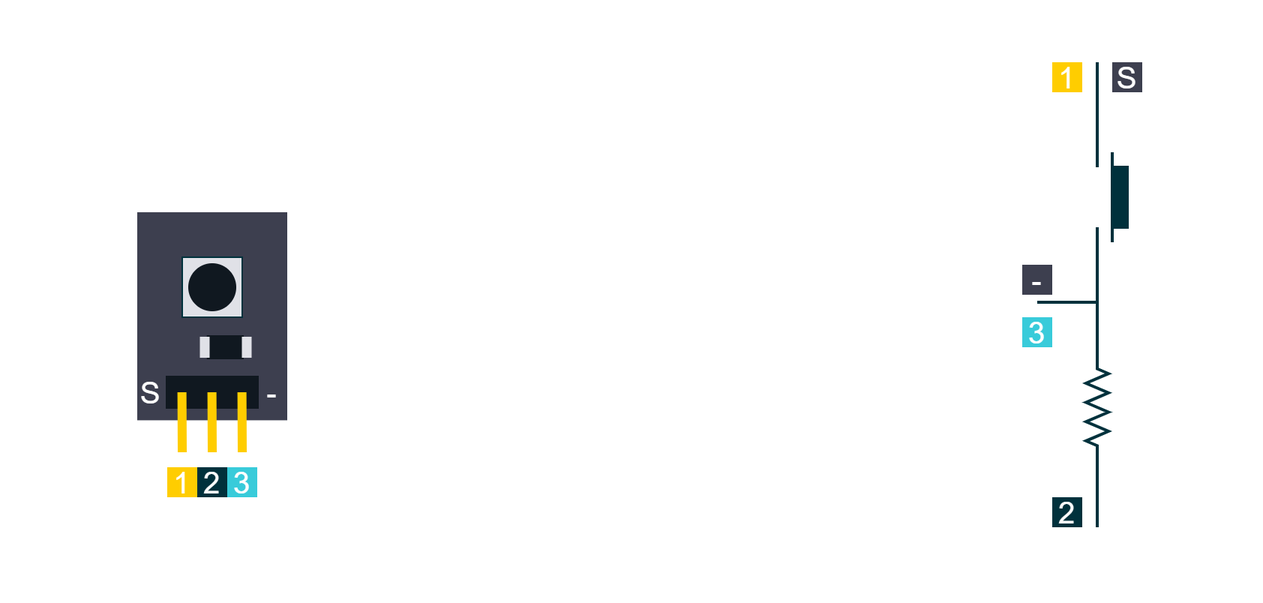
PLAY-Embedded/pe_assets keeps this draw.io diagram as draw.io/PE Articles/ChibiOS/Examples and exercises/Mastering push buttons with ChibiOS PAL/KY-004 schematic (PE).png. Above is the earlier version. Source tidied: cells renumbered, new cells last; positions are measured from the earlier drawing's top-left corner, leaving out a move shared by most shapes. The source it was exported from:
```xml
<mxGraphModel>
  <root>
    <mxCell id="0" />
    <mxCell id="1" parent="0" />
    <mxCell id="2" style="rounded=0;whiteSpace=wrap;html=1;strokeColor=none;strokeWidth=2;fontFamily=Arial;fontSize=20;fontColor=#FFFFFF;fillColor=#FFFFFF;opacity=0;" parent="1" vertex="1">
      <mxGeometry width="840" height="400" as="geometry" />
    </mxCell>
    <mxCell id="3" style="verticalLabelPosition=bottom;shadow=0;dashed=0;align=center;fillColor=#00313C;html=1;verticalAlign=top;strokeWidth=2;shape=mxgraph.electrical.resistors.resistor_2;fontSize=16;fontColor=#FFFFFF;strokeColor=#00313C;rotation=90;fontFamily=Arial;" parent="1" vertex="1">
      <mxGeometry x="690" y="262.5" width="80" height="15" as="geometry" />
    </mxCell>
    <mxCell id="4" style="endArrow=none;html=1;strokeColor=#00313C;strokeWidth=2;fontSize=5;fontColor=#101820;endFill=0;endSize=4;startArrow=none;startFill=0;startSize=4;fontFamily=Arial;rounded=0;fillColor=#00313C;exitX=1;exitY=0.5;exitDx=0;exitDy=0;exitPerimeter=0;" parent="1" edge="1" source="3">
      <mxGeometry relative="1" as="geometry">
        <mxPoint x="730" y="350" as="targetPoint" />
        <Array as="points">
          <mxPoint x="730" y="350" />
        </Array>
      </mxGeometry>
    </mxCell>
    <mxCell id="5" style="endArrow=none;html=1;rounded=0;strokeColor=#00313C;strokeWidth=2;fontFamily=Arial;fontSize=20;fontColor=#101820;fillColor=#00313C;exitX=0;exitY=0.5;exitDx=0;exitDy=0;exitPerimeter=0;" parent="1" edge="1" source="3">
      <mxGeometry relative="1" as="geometry">
        <mxPoint x="690" y="200" as="targetPoint" />
        <Array as="points">
          <mxPoint x="730" y="200" />
        </Array>
      </mxGeometry>
    </mxCell>
    <mxCell id="6" style="rounded=0;whiteSpace=wrap;html=1;strokeColor=#00313C;strokeWidth=2;fontFamily=Arial;fontSize=20;fontColor=#FFFFFF;fillColor=#00313C;" parent="1" vertex="1">
      <mxGeometry x="740" y="110" width="10" height="40" as="geometry" />
    </mxCell>
    <mxCell id="7" style="endArrow=none;html=1;rounded=0;strokeColor=#00313C;strokeWidth=2;fontFamily=Arial;fontSize=20;fontColor=#101820;fillColor=#00313C;" parent="1" edge="1">
      <mxGeometry relative="1" as="geometry">
        <mxPoint x="690" y="200" as="sourcePoint" />
        <mxPoint x="730" y="150" as="targetPoint" />
        <Array as="points">
          <mxPoint x="730" y="200" />
        </Array>
      </mxGeometry>
    </mxCell>
    <mxCell id="8" style="endArrow=none;html=1;rounded=0;strokeColor=#00313C;strokeWidth=2;fontFamily=Arial;fontSize=20;fontColor=#101820;fillColor=#00313C;endFill=0;startArrow=none;startFill=0;endSize=3;startSize=3;" parent="1" edge="1">
      <mxGeometry relative="1" as="geometry">
        <mxPoint x="730" y="40" as="sourcePoint" />
        <mxPoint x="730" y="110" as="targetPoint" />
      </mxGeometry>
    </mxCell>
    <mxCell id="9" value="-" style="rounded=0;whiteSpace=wrap;html=1;strokeColor=none;strokeWidth=2;fontFamily=Arial;fontSize=20;fontColor=#FFFFFF;fillColor=#3D3F4F;align=center;" parent="1" vertex="1">
      <mxGeometry x="680" y="175" width="20" height="20" as="geometry" />
    </mxCell>
    <mxCell id="10" value="S" style="rounded=0;whiteSpace=wrap;html=1;strokeColor=none;strokeWidth=2;fontFamily=Arial;fontSize=20;fontColor=#FFFFFF;fillColor=#3D3F4F;align=center;" parent="1" vertex="1">
      <mxGeometry x="740" y="40" width="20" height="20" as="geometry" />
    </mxCell>
    <mxCell id="11" style="endArrow=none;html=1;rounded=0;strokeColor=#00313C;strokeWidth=2;fontFamily=Arial;fontSize=20;fontColor=#101820;fillColor=#00313C;" parent="1" edge="1">
      <mxGeometry relative="1" as="geometry">
        <mxPoint x="740" y="160" as="sourcePoint" />
        <mxPoint x="740" y="100" as="targetPoint" />
      </mxGeometry>
    </mxCell>
    <mxCell id="12" style="rounded=0;whiteSpace=wrap;html=1;strokeColor=none;strokeWidth=2;fontFamily=Arial;fontSize=20;fontColor=#FFFFFF;fillColor=#3D3F4F;" parent="1" vertex="1">
      <mxGeometry x="90" y="140" width="100" height="138.7" as="geometry" />
    </mxCell>
    <mxCell id="13" style="rounded=0;whiteSpace=wrap;html=1;strokeColor=#101820;strokeWidth=2;fontFamily=Arial;fontSize=15;fontColor=#FFFFFF;fillColor=#101820;" parent="1" vertex="1">
      <mxGeometry x="110" y="250" width="20" height="20" as="geometry" />
    </mxCell>
    <mxCell id="14" style="rounded=0;whiteSpace=wrap;html=1;strokeColor=#101820;strokeWidth=2;fontFamily=Arial;fontSize=15;fontColor=#FFFFFF;fillColor=#101820;" parent="1" vertex="1">
      <mxGeometry x="130" y="250" width="20" height="20" as="geometry" />
    </mxCell>
    <mxCell id="15" style="rounded=0;whiteSpace=wrap;html=1;strokeColor=#101820;strokeWidth=2;fontFamily=Arial;fontSize=15;fontColor=#FFFFFF;fillColor=#101820;" parent="1" vertex="1">
      <mxGeometry x="150" y="250" width="20" height="20" as="geometry" />
    </mxCell>
    <mxCell id="16" style="endArrow=none;html=1;rounded=0;strokeColor=#FFCD00;strokeWidth=6;fontFamily=Arial;fontSize=20;fontColor=#101820;fillColor=#FFCD00;" parent="1" edge="1">
      <mxGeometry relative="1" as="geometry">
        <mxPoint x="120" y="300" as="sourcePoint" />
        <mxPoint x="119.8" y="260" as="targetPoint" />
      </mxGeometry>
    </mxCell>
    <mxCell id="17" style="endArrow=none;html=1;rounded=0;strokeColor=#FFCD00;strokeWidth=6;fontFamily=Arial;fontSize=20;fontColor=#101820;fillColor=#FFCD00;" parent="1" edge="1">
      <mxGeometry relative="1" as="geometry">
        <mxPoint x="140" y="300" as="sourcePoint" />
        <mxPoint x="139.8" y="260" as="targetPoint" />
      </mxGeometry>
    </mxCell>
    <mxCell id="18" style="endArrow=none;html=1;rounded=0;strokeColor=#FFCD00;strokeWidth=6;fontFamily=Arial;fontSize=20;fontColor=#101820;fillColor=#FFCD00;" parent="1" edge="1">
      <mxGeometry relative="1" as="geometry">
        <mxPoint x="160" y="300" as="sourcePoint" />
        <mxPoint x="159.8" y="260" as="targetPoint" />
      </mxGeometry>
    </mxCell>
    <mxCell id="19" style="rounded=0;whiteSpace=wrap;html=1;strokeColor=#101820;strokeWidth=2;fillColor=#101820;fontFamily=Arial;fontSize=15;fontColor=#FFFFFF;rotation=-90;" parent="1" vertex="1">
      <mxGeometry x="141.7" y="218.7" width="14" height="22.6" as="geometry" />
    </mxCell>
    <mxCell id="20" style="rounded=0;whiteSpace=wrap;html=1;strokeColor=none;strokeWidth=2;fillColor=#E0E1E7;fontFamily=Arial;fontSize=15;fontColor=#FFFFFF;rotation=-90;" parent="1" vertex="1">
      <mxGeometry x="128" y="226.8" width="14" height="6.5" as="geometry" />
    </mxCell>
    <mxCell id="21" style="rounded=0;whiteSpace=wrap;html=1;strokeColor=none;strokeWidth=2;fillColor=#E0E1E7;fontFamily=Arial;fontSize=15;fontColor=#FFFFFF;rotation=-90;" parent="1" vertex="1">
      <mxGeometry x="156" y="226.8" width="14" height="6.5" as="geometry" />
    </mxCell>
    <mxCell id="22" style="whiteSpace=wrap;html=1;strokeColor=#00313C;strokeWidth=1;fontFamily=Arial;fontSize=20;fontColor=#101820;fillColor=#E0E1E7;" parent="1" vertex="1">
      <mxGeometry x="120" y="170" width="40" height="40" as="geometry" />
    </mxCell>
    <mxCell id="23" style="ellipse;whiteSpace=wrap;html=1;strokeColor=#101820;strokeWidth=2;fontFamily=Arial;fontSize=20;fontColor=#FFFFFF;fillColor=#101820;" parent="1" vertex="1">
      <mxGeometry x="125" y="175" width="30" height="30" as="geometry" />
    </mxCell>
    <mxCell id="24" value="&lt;font color=&quot;#ffffff&quot;&gt;S&lt;/font&gt;" style="rounded=0;whiteSpace=wrap;html=1;strokeColor=none;strokeWidth=2;fontFamily=Arial;fontSize=20;fontColor=#101820;fillColor=none;" parent="1" vertex="1">
      <mxGeometry x="94" y="249.3" width="10" height="21.3" as="geometry" />
    </mxCell>
    <mxCell id="25" value="&lt;font color=&quot;#ffffff&quot;&gt;-&lt;/font&gt;" style="rounded=0;whiteSpace=wrap;html=1;strokeColor=none;strokeWidth=2;fontFamily=Arial;fontSize=20;fontColor=#101820;fillColor=none;" parent="1" vertex="1">
      <mxGeometry x="175" y="249.3" width="10" height="21.3" as="geometry" />
    </mxCell>
    <mxCell id="26" value="1" style="rounded=0;whiteSpace=wrap;html=1;strokeColor=none;strokeWidth=2;fontFamily=Arial;fontSize=20;fontColor=#FFFFFF;fillColor=#FFCD00;" parent="1" vertex="1">
      <mxGeometry x="110" y="310" width="20" height="20" as="geometry" />
    </mxCell>
    <mxCell id="27" value="2" style="rounded=0;whiteSpace=wrap;html=1;strokeColor=none;strokeWidth=2;fontFamily=Arial;fontSize=20;fontColor=#FFFFFF;fillColor=#00313C;" parent="1" vertex="1">
      <mxGeometry x="130" y="310" width="20" height="20" as="geometry" />
    </mxCell>
    <mxCell id="28" value="3" style="rounded=0;whiteSpace=wrap;html=1;strokeColor=none;strokeWidth=2;fontFamily=Arial;fontSize=20;fontColor=#FFFFFF;fillColor=#38CBDA;" parent="1" vertex="1">
      <mxGeometry x="150" y="310" width="20" height="20" as="geometry" />
    </mxCell>
    <mxCell id="29" value="1" style="rounded=0;whiteSpace=wrap;html=1;strokeColor=none;strokeWidth=2;fontFamily=Arial;fontSize=20;fontColor=#FFFFFF;fillColor=#FFCD00;" parent="1" vertex="1">
      <mxGeometry x="700" y="40" width="20" height="20" as="geometry" />
    </mxCell>
    <mxCell id="30" value="2" style="rounded=0;whiteSpace=wrap;html=1;strokeColor=none;strokeWidth=2;fontFamily=Arial;fontSize=20;fontColor=#FFFFFF;fillColor=#00313C;" parent="1" vertex="1">
      <mxGeometry x="700" y="330" width="20" height="20" as="geometry" />
    </mxCell>
    <mxCell id="31" value="3" style="rounded=0;whiteSpace=wrap;html=1;strokeColor=none;strokeWidth=2;fontFamily=Arial;fontSize=20;fontColor=#FFFFFF;fillColor=#38CBDA;" parent="1" vertex="1">
      <mxGeometry x="680" y="210" width="20" height="20" as="geometry" />
    </mxCell>
  </root>
</mxGraphModel>
```
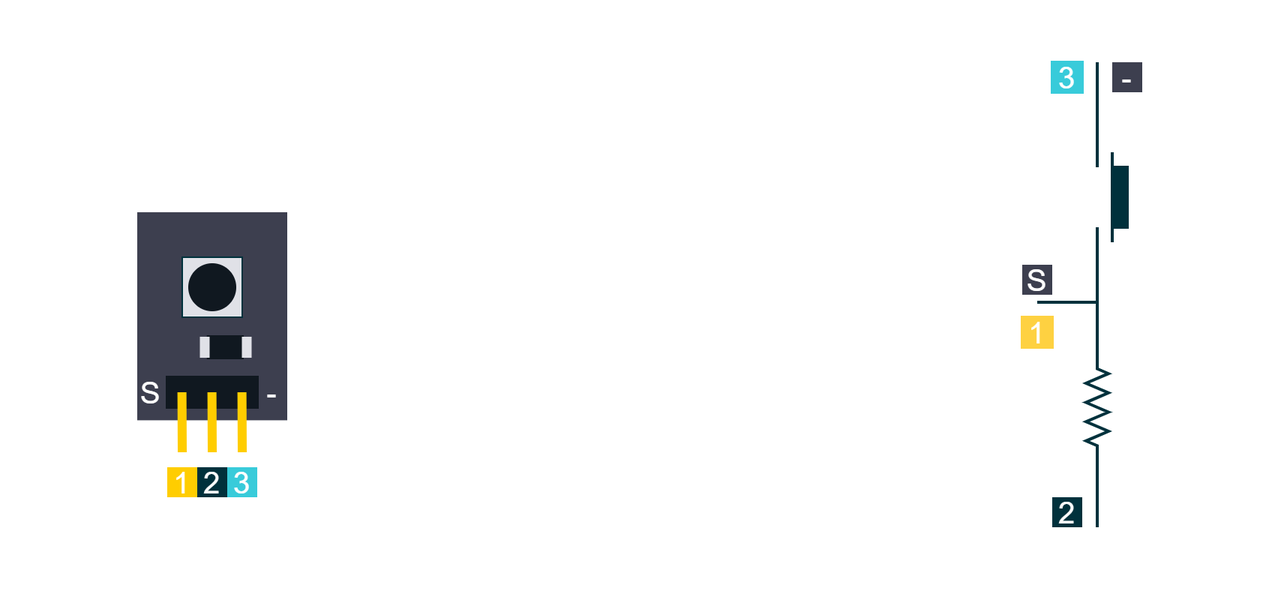
After the change.

Commit message:
Updated wrong schematics for the KY-004

Diff of the diagram source:
```diff
@@ -42,10 +42,10 @@
         <mxPoint x="730" y="110" as="targetPoint" />
       </mxGeometry>
     </mxCell>
-    <mxCell id="9" value="-" style="rounded=0;whiteSpace=wrap;html=1;strokeColor=none;strokeWidth=2;fontFamily=Arial;fontSize=20;fontColor=#FFFFFF;fillColor=#3D3F4F;align=center;" parent="1" vertex="1">
+    <mxCell id="9" value="S" style="rounded=0;whiteSpace=wrap;html=1;strokeColor=none;strokeWidth=2;fontFamily=Arial;fontSize=20;fontColor=#FFFFFF;fillColor=#3D3F4F;align=center;" parent="1" vertex="1">
       <mxGeometry x="680" y="175" width="20" height="20" as="geometry" />
     </mxCell>
-    <mxCell id="10" value="S" style="rounded=0;whiteSpace=wrap;html=1;strokeColor=none;strokeWidth=2;fontFamily=Arial;fontSize=20;fontColor=#FFFFFF;fillColor=#3D3F4F;align=center;" parent="1" vertex="1">
+    <mxCell id="10" value="-" style="rounded=0;whiteSpace=wrap;html=1;strokeColor=none;strokeWidth=2;fontFamily=Arial;fontSize=20;fontColor=#FFFFFF;fillColor=#3D3F4F;align=center;" parent="1" vertex="1">
       <mxGeometry x="740" y="40" width="20" height="20" as="geometry" />
     </mxCell>
     <mxCell id="11" style="endArrow=none;html=1;rounded=0;strokeColor=#00313C;strokeWidth=2;fontFamily=Arial;fontSize=20;fontColor=#101820;fillColor=#00313C;" parent="1" edge="1">
@@ -114,13 +114,13 @@
     <mxCell id="28" value="3" style="rounded=0;whiteSpace=wrap;html=1;strokeColor=none;strokeWidth=2;fontFamily=Arial;fontSize=20;fontColor=#FFFFFF;fillColor=#38CBDA;" parent="1" vertex="1">
       <mxGeometry x="150" y="310" width="20" height="20" as="geometry" />
     </mxCell>
-    <mxCell id="29" value="1" style="rounded=0;whiteSpace=wrap;html=1;strokeColor=none;strokeWidth=2;fontFamily=Arial;fontSize=20;fontColor=#FFFFFF;fillColor=#FFCD00;" parent="1" vertex="1">
+    <mxCell id="29" value="3" style="rounded=0;whiteSpace=wrap;html=1;strokeColor=#38CBDA;strokeWidth=2;fontFamily=Arial;fontSize=20;fontColor=#FFFFFF;fillColor=#38CBDA;" parent="1" vertex="1">
       <mxGeometry x="700" y="40" width="20" height="20" as="geometry" />
     </mxCell>
     <mxCell id="30" value="2" style="rounded=0;whiteSpace=wrap;html=1;strokeColor=none;strokeWidth=2;fontFamily=Arial;fontSize=20;fontColor=#FFFFFF;fillColor=#00313C;" parent="1" vertex="1">
       <mxGeometry x="700" y="330" width="20" height="20" as="geometry" />
     </mxCell>
-    <mxCell id="31" value="3" style="rounded=0;whiteSpace=wrap;html=1;strokeColor=none;strokeWidth=2;fontFamily=Arial;fontSize=20;fontColor=#FFFFFF;fillColor=#38CBDA;" parent="1" vertex="1">
+    <mxCell id="31" value="1" style="rounded=0;whiteSpace=wrap;html=1;strokeColor=#FED141;strokeWidth=2;fontFamily=Arial;fontSize=20;fontColor=#FFFFFF;fillColor=#FED141;" parent="1" vertex="1">
       <mxGeometry x="680" y="210" width="20" height="20" as="geometry" />
     </mxCell>
   </root>
```
